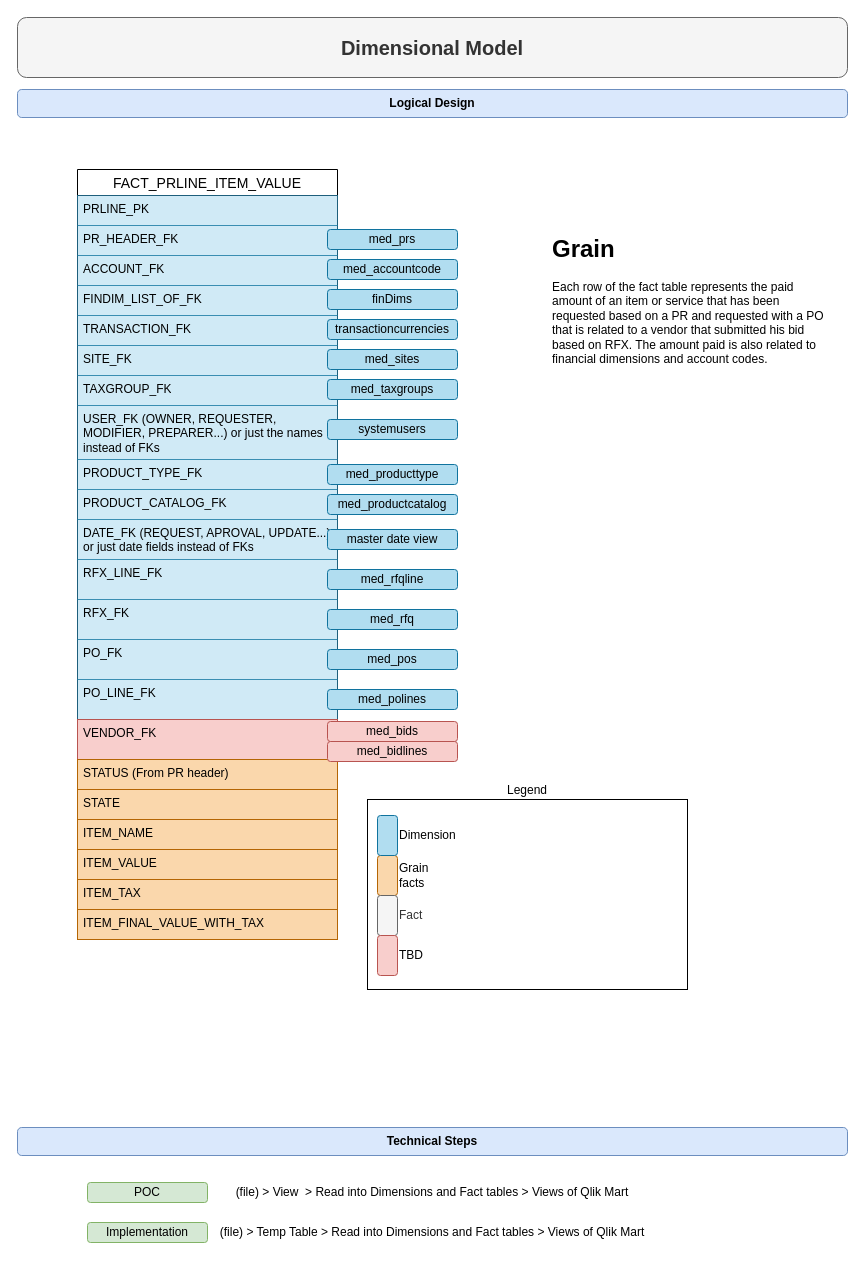
Earlier version of the draw.io diagram page "Dimensional Model" (6 of 7) of scm_value_chain.drawio (Medair/drawio). Source tidied: cells renumbered, new cells numbered last; positions are measured from the earlier drawing's top-left corner, leaving out a move shared by most shapes. Both pictures are drawn from the tidied source at 100%, with x=0, y=0 at pixel (17, 17).
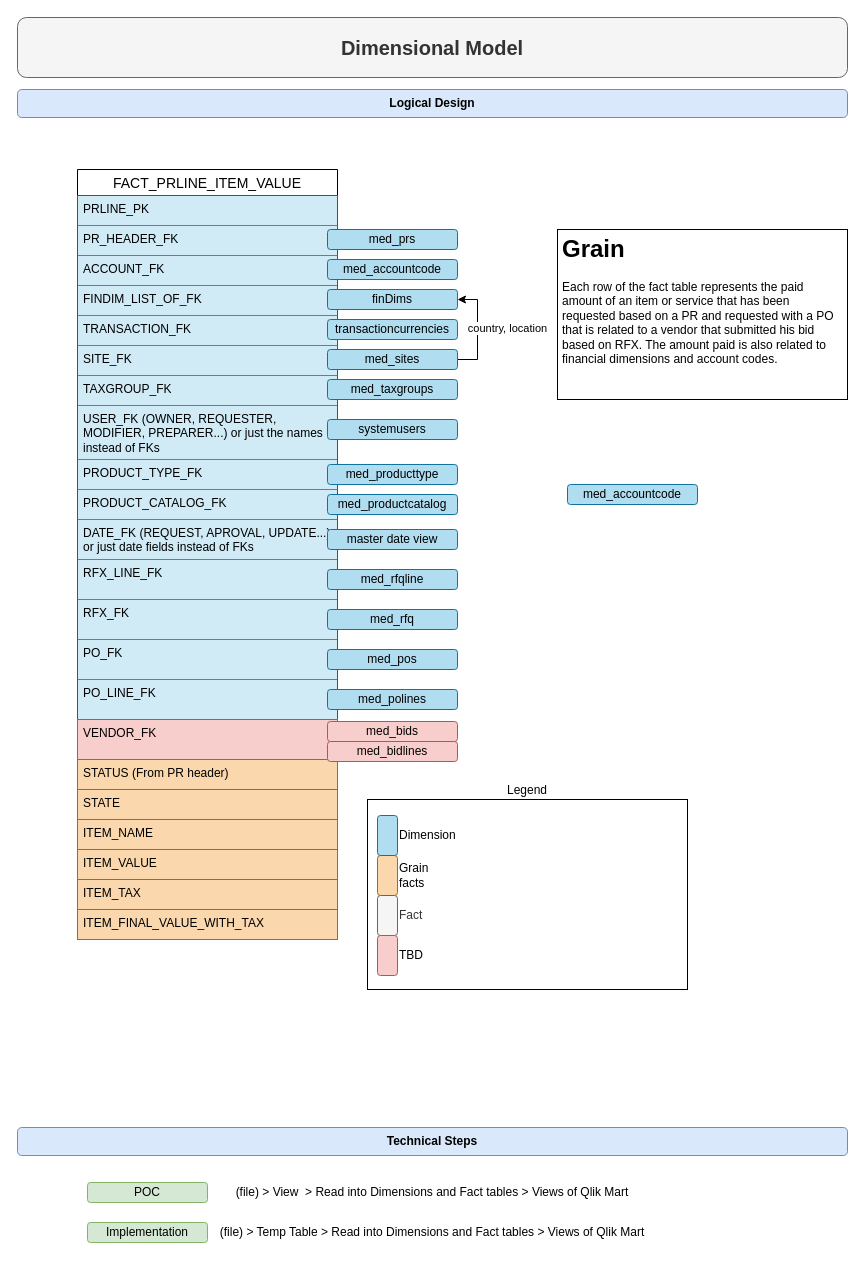
Above is the later version.

Unchanged cells that the change refers to:
```xml
<mxCell id="26" value="med_sites" style="rounded=1;whiteSpace=wrap;html=1;fillColor=#b1ddf0;strokeColor=#10739e;" parent="1" vertex="1">
  <mxGeometry x="310" y="332" width="130" height="20" as="geometry" />
</mxCell>
<mxCell id="30" value="finDims" style="rounded=1;whiteSpace=wrap;html=1;fillColor=#b1ddf0;strokeColor=#10739e;" parent="1" vertex="1">
  <mxGeometry x="310" y="272" width="130" height="20" as="geometry" />
</mxCell>
```

The edit, as a diff of the source:
```diff
@@
+    <mxCell id="55" style="edgeStyle=orthogonalEdgeStyle;rounded=0;jettySize=auto;html=1;exitX=1;exitY=0.5;exitDx=0;exitDy=0;entryX=1;entryY=0.5;entryDx=0;entryDy=0;" parent="1" edge="1" source="26" target="30">
+      <mxGeometry relative="1" as="geometry" />
+    </mxCell>
+    <mxCell id="56" value="country, location" style="edgeLabel;html=1;align=center;verticalAlign=middle;" parent="55" vertex="1">
+      <mxGeometry x="0.04" y="4" relative="1" as="geometry">
+        <mxPoint x="33" as="offset" />
+      </mxGeometry>
+    </mxCell>
@@
-    <mxCell id="47" value="&lt;h1&gt;Grain&lt;/h1&gt;&lt;p&gt;Each row of the fact table represents the paid amount of an item or service that has been requested based on a PR and requested with a PO that is related to a vendor that submitted his bid based on RFX. The amount paid is also related to financial dimensions and account codes.&lt;/p&gt;" style="text;html=1;strokeColor=none;fillColor=none;spacing=5;spacingTop=-20;whiteSpace=wrap;overflow=hidden;rounded=0;" parent="1" vertex="1">
-      <mxGeometry x="530" y="212" width="290" height="170" as="geometry" />
+    <mxCell id="47" value="&lt;h1&gt;Grain&lt;/h1&gt;&lt;p&gt;Each row of the fact table represents the paid amount of an item or service that has been requested based on a PR and requested with a PO that is related to a vendor that submitted his bid based on RFX. The amount paid is also related to financial dimensions and account codes.&lt;/p&gt;" style="text;html=1;strokeColor=default;fillColor=none;spacing=5;spacingTop=-20;whiteSpace=wrap;overflow=hidden;rounded=0;" parent="1" vertex="1">
+      <mxGeometry x="540" y="212" width="290" height="170" as="geometry" />
     </mxCell>
@@
+    <mxCell id="57" value="med_accountcode" style="rounded=1;whiteSpace=wrap;html=1;fillColor=#b1ddf0;strokeColor=#10739e;" parent="1" vertex="1">
+      <mxGeometry x="550" y="467" width="130" height="20" as="geometry" />
+    </mxCell>
```
